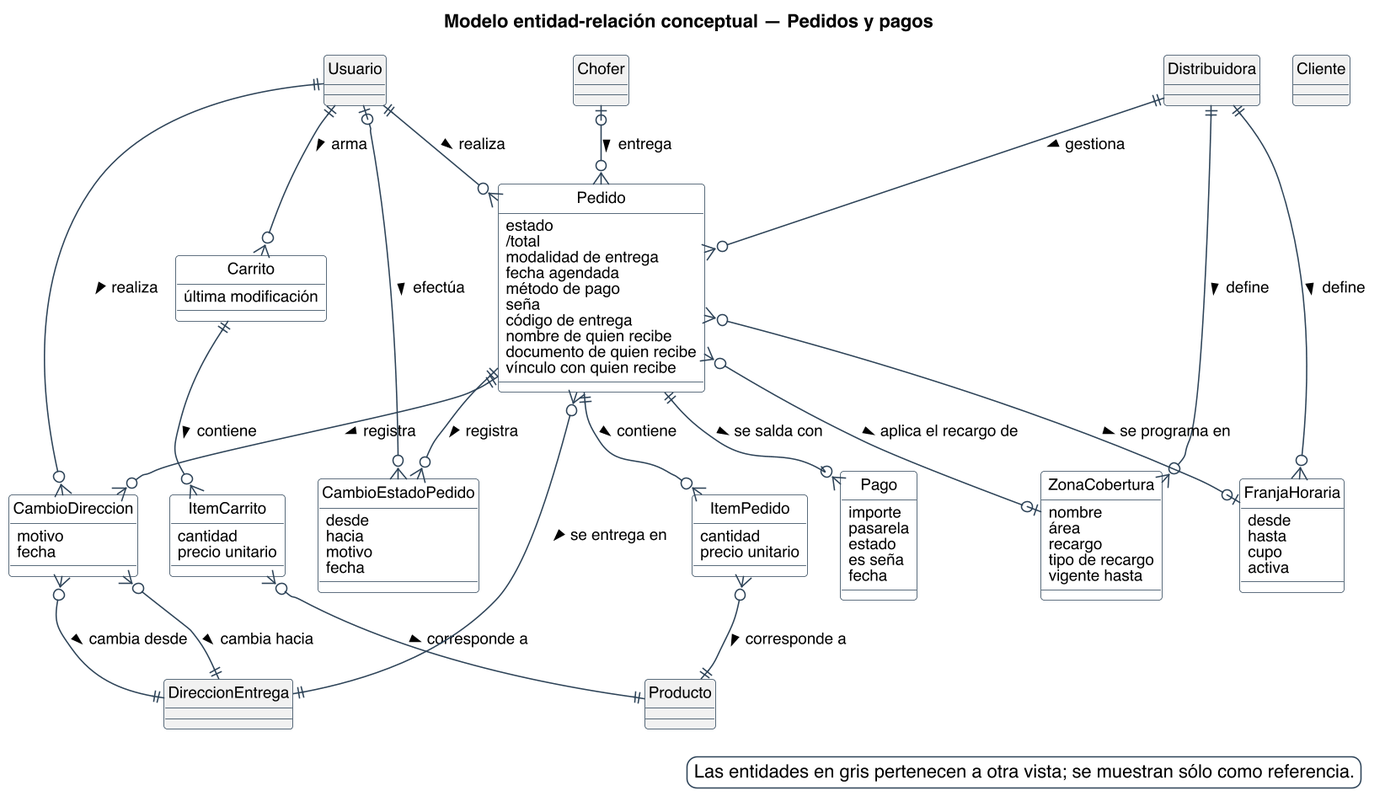
The PlantUML diagram diagramas/base-de-datos/conceptual/SPLG-der-02-pedidos-y-pagos.png in Nahuelito-Dev/splg-docs, before a commit. Source of this version:
```plantuml
@startuml
title Modelo entidad-relación conceptual — Pedidos y pagos
skinparam backgroundColor #FFFFFF
skinparam shadowing false
skinparam defaultFontName Helvetica
skinparam defaultFontSize 12
skinparam dpi 150
skinparam class {
  BorderColor #2C4257
  BackgroundColor #FFFFFF
  ArrowColor #2C4257
  FontSize 12
}
skinparam entity<<ajena>> {
  BackgroundColor #F1F1F1
  BorderColor #8A97A3
  FontColor #55616C
}
skinparam class<<propuesto>> {
  BorderColor #1F5E8C
  BackgroundColor #E4EDF4
}
skinparam legendBackgroundColor #FFFFFF
skinparam legendBorderColor #2C4257

hide circle

skinparam nodesep 25
skinparam ranksep 45

entity Pedido {
  {field} estado
  {field} /total
  {field} modalidad de entrega
  {field} fecha agendada
  {field} método de pago
  {field} seña
  {field} código de entrega
  {field} nombre de quien recibe
  {field} documento de quien recibe
  {field} vínculo con quien recibe
}
entity ItemPedido {
  {field} cantidad
  {field} precio unitario
}
entity Carrito {
  {field} última modificación
}
entity ItemCarrito {
  {field} cantidad
  {field} precio unitario
}
entity CambioEstadoPedido {
  {field} desde
  {field} hacia
  {field} motivo
  {field} fecha
}
entity CambioDireccion {
  {field} motivo
  {field} fecha
}
entity ZonaCobertura {
  {field} nombre
  {field} área
  {field} recargo
  {field} tipo de recargo
  {field} vigente hasta
}
entity FranjaHoraria {
  {field} desde
  {field} hasta
  {field} cupo
  {field} activa
}
entity Pago {
  {field} importe
  {field} pasarela
  {field} estado
  {field} es seña
  {field} fecha
}
entity Cliente #F1F1F1 {
}
entity Chofer #F1F1F1 {
}
entity Producto #F1F1F1 {
}
entity DireccionEntrega #F1F1F1 {
}
entity Usuario #F1F1F1 {
}
entity Distribuidora #F1F1F1 {
}

Distribuidora ||--o{ ZonaCobertura : define >
Distribuidora ||--o{ FranjaHoraria : define >
Usuario ||--o{ Carrito : arma >
Carrito ||--o{ ItemCarrito : contiene >
ItemCarrito }o--|| Producto : corresponde a >
Pedido }o--|| DireccionEntrega : se entrega en >
Pedido }o--o| ZonaCobertura : aplica el recargo de >
Usuario ||--o{ Pedido : realiza >
Chofer |o--o{ Pedido : entrega >
Distribuidora ||--o{ Pedido : gestiona >
Pedido }o--o| FranjaHoraria : se programa en >
Usuario ||--o{ CambioDireccion : realiza >
CambioDireccion }o--|| DireccionEntrega : cambia desde >
Pedido ||--o{ CambioDireccion : registra >
CambioDireccion }o--|| DireccionEntrega : cambia hacia >
ItemPedido }o--|| Producto : corresponde a >
Pedido ||--o{ ItemPedido : contiene >
Usuario |o--o{ CambioEstadoPedido : efectúa >
Pedido ||--o{ CambioEstadoPedido : registra >
Pedido ||--o{ Pago : se salda con >

legend bottom right
  Las entidades en gris pertenecen a otra vista; se muestran sólo como referencia.
endlegend
@enduml
```
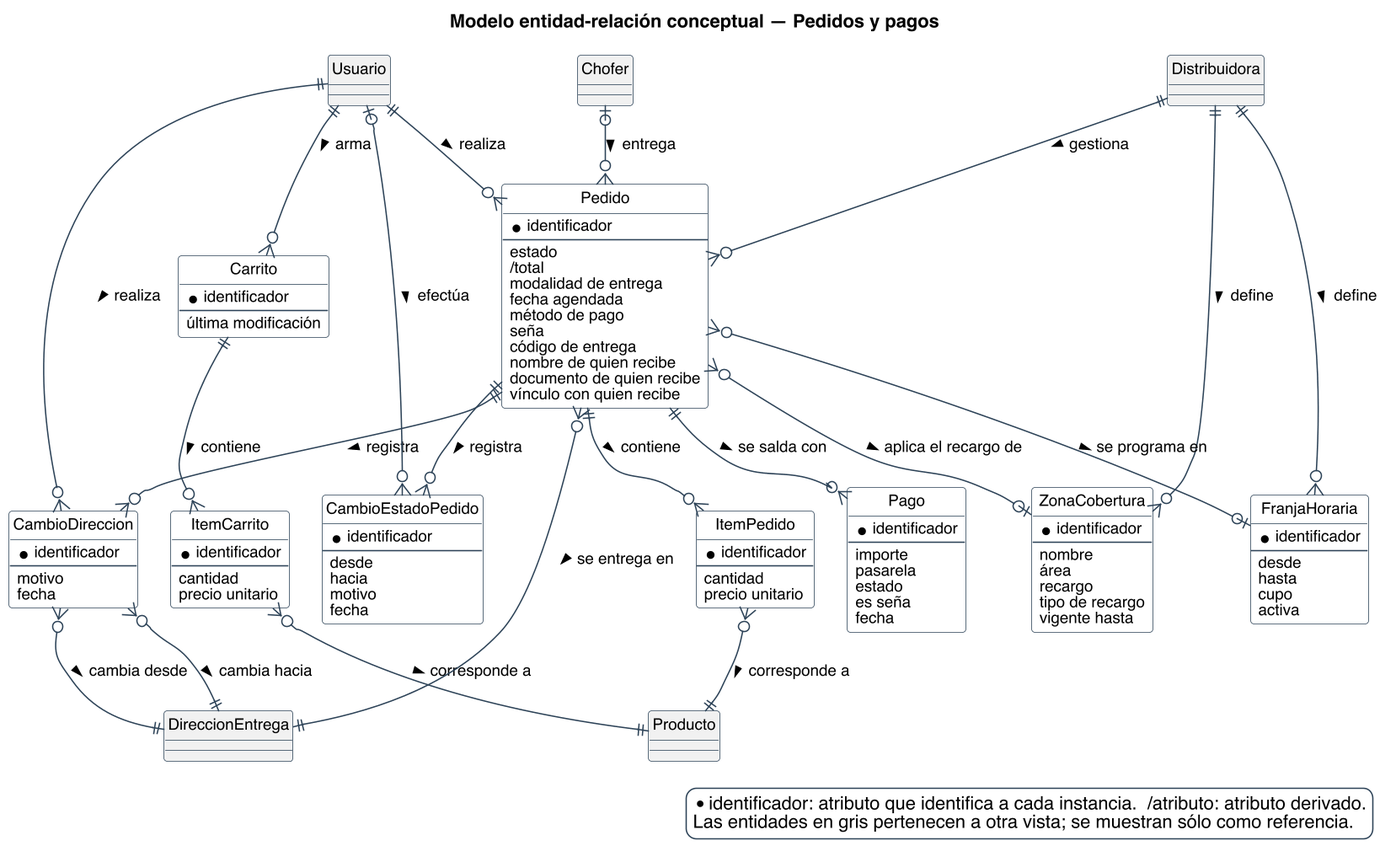
Above is the later version.

Diff of the diagram source:
```diff
@@ -29,6 +29,8 @@
 skinparam ranksep 45
 
 entity Pedido {
+  * identificador
+  --
   {field} estado
   {field} /total
   {field} modalidad de entrega
@@ -41,27 +43,39 @@
   {field} vínculo con quien recibe
 }
 entity ItemPedido {
+  * identificador
+  --
   {field} cantidad
   {field} precio unitario
 }
 entity Carrito {
+  * identificador
+  --
   {field} última modificación
 }
 entity ItemCarrito {
+  * identificador
+  --
   {field} cantidad
   {field} precio unitario
 }
 entity CambioEstadoPedido {
+  * identificador
+  --
   {field} desde
   {field} hacia
   {field} motivo
   {field} fecha
 }
 entity CambioDireccion {
+  * identificador
+  --
   {field} motivo
   {field} fecha
 }
 entity ZonaCobertura {
+  * identificador
+  --
   {field} nombre
   {field} área
   {field} recargo
@@ -69,19 +83,21 @@
   {field} vigente hasta
 }
 entity FranjaHoraria {
+  * identificador
+  --
   {field} desde
   {field} hasta
   {field} cupo
   {field} activa
 }
 entity Pago {
+  * identificador
+  --
   {field} importe
   {field} pasarela
   {field} estado
   {field} es seña
   {field} fecha
-}
-entity Cliente #F1F1F1 {
 }
 entity Chofer #F1F1F1 {
 }
@@ -116,6 +132,7 @@
 Pedido ||--o{ Pago : se salda con >
 
 legend bottom right
+  * identificador: atributo que identifica a cada instancia.  /atributo: atributo derivado.
   Las entidades en gris pertenecen a otra vista; se muestran sólo como referencia.
 endlegend
 @enduml
```
